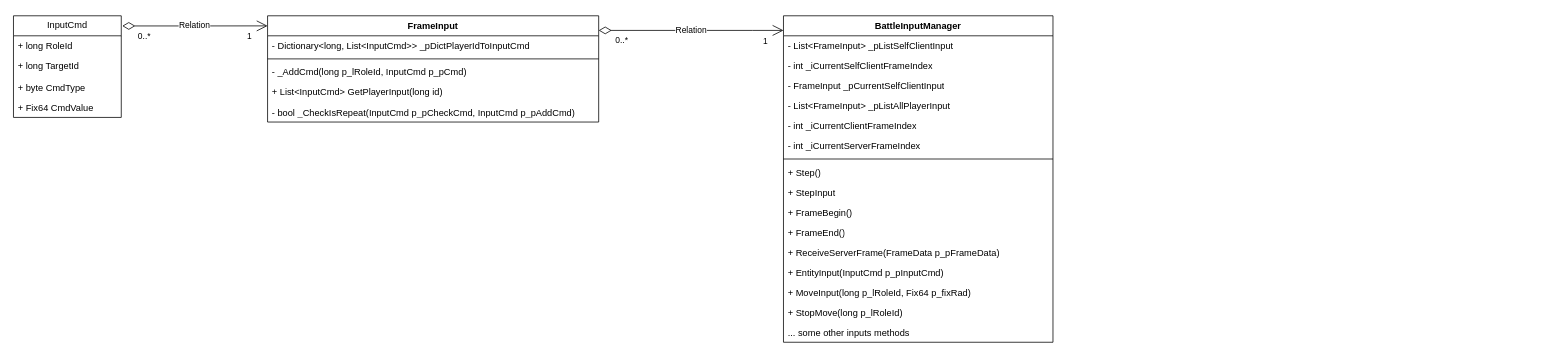
RookieGordon/Learning-Notes keeps this draw.io diagram as Unity/战斗/战斗.drawio. Above is the earlier version. Source tidied: cells renumbered, new cells numbered last; positions are measured from the earlier drawing's top-left corner, leaving out a move shared by most shapes. Both pictures are drawn from the tidied source at 77%, with x=0, y=0 at pixel (13, 15).
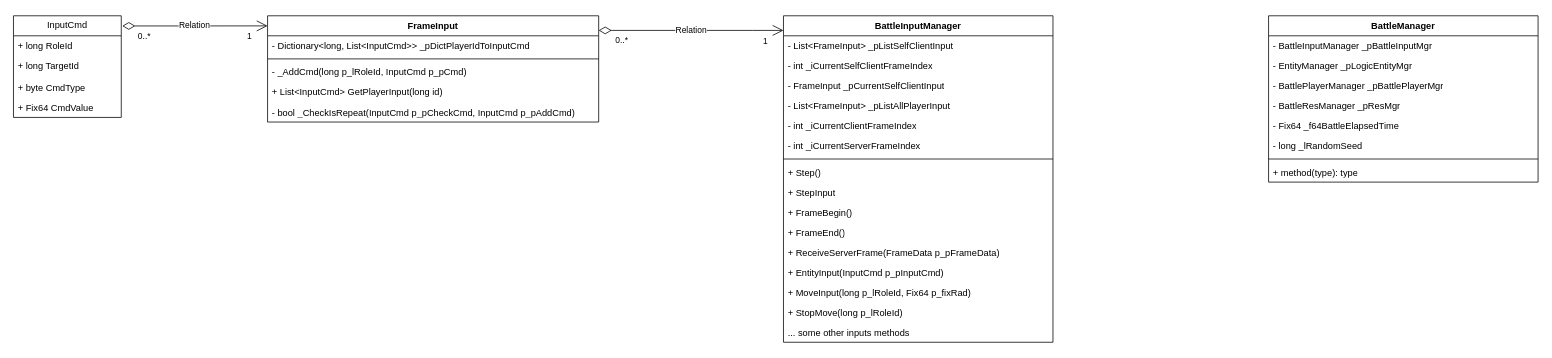
The same diagram, later.

Commit message:
vault backup: 2024-08-14 13:24:29

Change to the diagram source:
```diff
@@
+    <mxCell id="36" value="BattleManager" style="swimlane;fontStyle=1;align=center;verticalAlign=top;horizontal=1;startSize=26;whiteSpace=wrap;html=1;" parent="1" vertex="1">
+      <mxGeometry x="1630" width="350" height="216" as="geometry" />
+    </mxCell>
+    <mxCell id="37" value="- BattleInputManager _pBattleInputMgr" style="text;strokeColor=none;fillColor=none;align=left;verticalAlign=top;spacingLeft=4;spacingRight=4;overflow=hidden;whiteSpace=wrap;html=1;" parent="36" vertex="1">
+      <mxGeometry y="26" width="350" height="26" as="geometry" />
+    </mxCell>
+    <mxCell id="38" value="- EntityManager _pLogicEntityMgr" style="text;strokeColor=none;fillColor=none;align=left;verticalAlign=top;spacingLeft=4;spacingRight=4;overflow=hidden;whiteSpace=wrap;html=1;" parent="36" vertex="1">
+      <mxGeometry y="52" width="350" height="26" as="geometry" />
+    </mxCell>
+    <mxCell id="39" value="- BattlePlayerManager _pBattlePlayerMgr" style="text;strokeColor=none;fillColor=none;align=left;verticalAlign=top;spacingLeft=4;spacingRight=4;overflow=hidden;whiteSpace=wrap;html=1;" parent="36" vertex="1">
+      <mxGeometry y="78" width="350" height="26" as="geometry" />
+    </mxCell>
+    <mxCell id="40" value="- BattleResManager _pResMgr" style="text;strokeColor=none;fillColor=none;align=left;verticalAlign=top;spacingLeft=4;spacingRight=4;overflow=hidden;whiteSpace=wrap;html=1;" parent="36" vertex="1">
+      <mxGeometry y="104" width="350" height="26" as="geometry" />
+    </mxCell>
+    <mxCell id="41" value="-&amp;nbsp;Fix64 _f64BattleElapsedTime" style="text;strokeColor=none;fillColor=none;align=left;verticalAlign=top;spacingLeft=4;spacingRight=4;overflow=hidden;whiteSpace=wrap;html=1;" parent="36" vertex="1">
+      <mxGeometry y="130" width="350" height="26" as="geometry" />
+    </mxCell>
+    <mxCell id="42" value="-&amp;nbsp;long _lRandomSeed" style="text;strokeColor=none;fillColor=none;align=left;verticalAlign=top;spacingLeft=4;spacingRight=4;overflow=hidden;whiteSpace=wrap;html=1;" parent="36" vertex="1">
+      <mxGeometry y="156" width="350" height="26" as="geometry" />
+    </mxCell>
+    <mxCell id="43" style="line;strokeWidth=1;fillColor=none;align=left;verticalAlign=middle;spacingTop=-1;spacingLeft=3;spacingRight=3;labelPosition=right;strokeColor=inherit;" parent="36" vertex="1">
+      <mxGeometry y="182" width="350" height="8" as="geometry" />
+    </mxCell>
+    <mxCell id="44" value="+ method(type): type" style="text;strokeColor=none;fillColor=none;align=left;verticalAlign=top;spacingLeft=4;spacingRight=4;overflow=hidden;whiteSpace=wrap;html=1;" parent="36" vertex="1">
+      <mxGeometry y="190" width="350" height="26" as="geometry" />
+    </mxCell>
```
